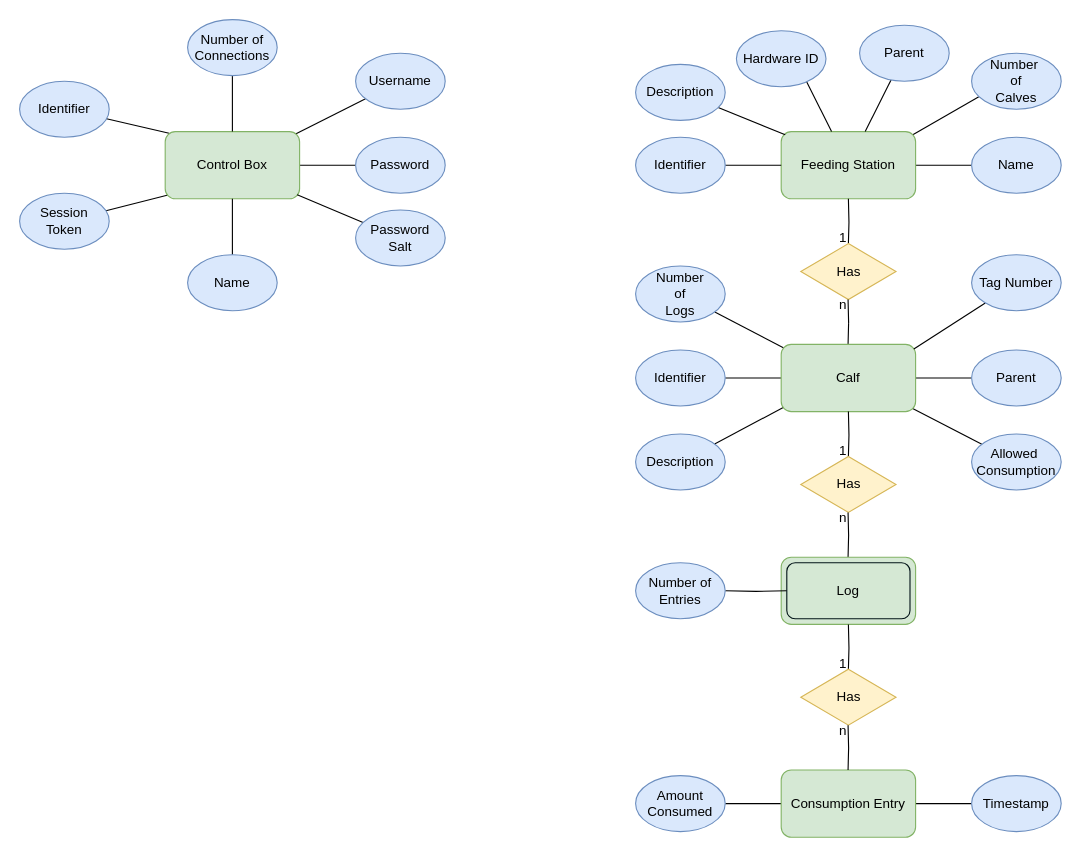
Above: page "Page-1" (1 of 2) of Spec/Rest.drawio in Ner027/MooFeeder (draw.io), before the change. Source tidied: cells renumbered, new cells numbered last; positions are measured from the earlier drawing's top-left corner, leaving out a move shared by most shapes. Both pictures are drawn from the tidied source at 112%, with x=0, y=0 at pixel (19, 19).
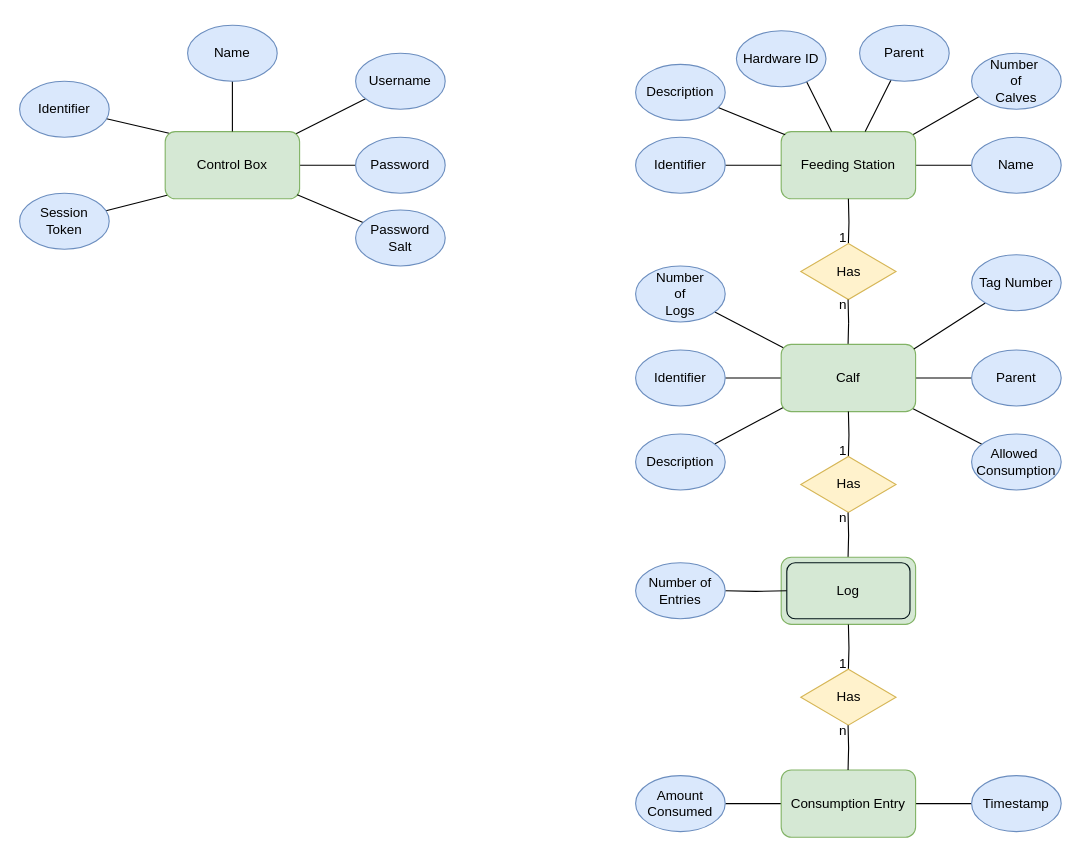
Above is the later version.

Unchanged cells that the change refers to:
```xml
<mxCell id="48" value="Control Box" style="rounded=1;whiteSpace=wrap;html=1;fillColor=#d5e8d4;strokeColor=#82b366;" parent="1" vertex="1">
  <mxGeometry x="130" y="100" width="120" height="60" as="geometry" />
</mxCell>
```

What changed in the source:
```diff
@@
-    <mxCell id="51" style="rounded=0;jettySize=auto;html=1;entryX=0.5;entryY=0;entryDx=0;entryDy=0;endArrow=none;endFill=0;" parent="1" edge="1" source="52" target="48">
-      <mxGeometry relative="1" as="geometry" />
+    <mxCell id="51" style="rounded=0;jettySize=auto;html=1;entryX=0.5;entryY=0;entryDx=0;entryDy=0;endArrow=none;endFill=0;" parent="1" edge="1" target="48">
+      <mxGeometry relative="1" as="geometry">
+        <mxPoint x="190" y="50" as="sourcePoint" />
+      </mxGeometry>
     </mxCell>
-    <mxCell id="52" value="Number of&lt;br&gt;Connections" style="ellipse;whiteSpace=wrap;html=1;fillColor=#dae8fc;strokeColor=#6c8ebf;" parent="1" vertex="1">
-      <mxGeometry x="150" width="80" height="50" as="geometry" />
-    </mxCell>
-    <mxCell id="53" style="rounded=0;jettySize=auto;html=1;endArrow=none;endFill=0;" parent="1" edge="1" source="54" target="48">
-      <mxGeometry relative="1" as="geometry" />
-    </mxCell>
-    <mxCell id="54" value="Name" style="ellipse;whiteSpace=wrap;html=1;fillColor=#dae8fc;strokeColor=#6c8ebf;" parent="1" vertex="1">
-      <mxGeometry x="150" y="210" width="80" height="50" as="geometry" />
-    </mxCell>
@@
+    <mxCell id="54" value="Name" style="ellipse;whiteSpace=wrap;html=1;fillColor=#dae8fc;strokeColor=#6c8ebf;" parent="1" vertex="1">
+      <mxGeometry x="150" y="5" width="80" height="50" as="geometry" />
+    </mxCell>
```
